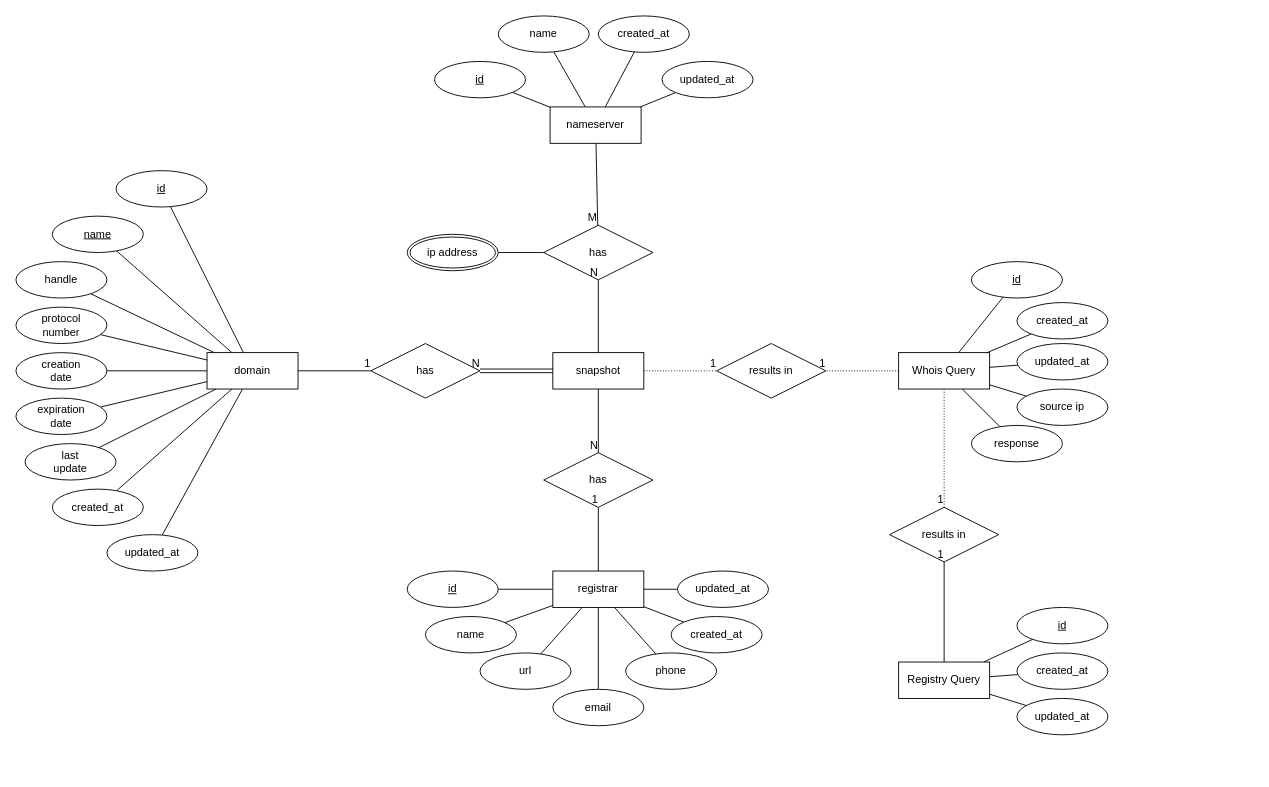
Above: model.drawio in aik8/whois-api (draw.io), before the change. Source tidied: cells renumbered, new cells numbered last; positions are measured from the earlier drawing's top-left corner, leaving out a move shared by most shapes. Both pictures are drawn from the tidied source at 91%, with x=0, y=0 at pixel (15, 15).
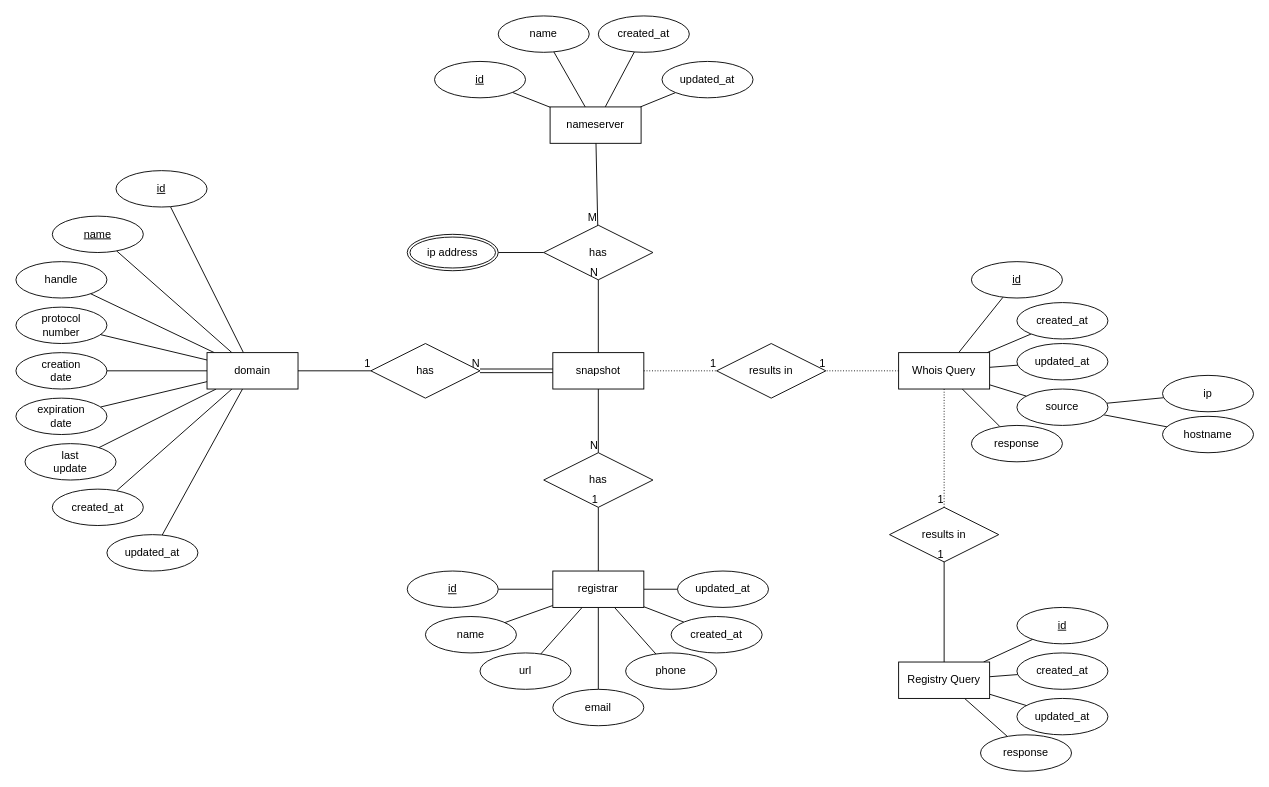
The same page after the edit.

Commit message:
chore: add some more detail to the log model

Unchanged cells that the change refers to:
```xml
<mxCell id="66" value="Registry Query" style="whiteSpace=wrap;html=1;align=center;" parent="1" vertex="1">
  <mxGeometry x="970" y="710" width="100" height="40" as="geometry" />
</mxCell>
```

What changed in the source:
```diff
@@
+    <mxCell id="91" style="edgeStyle=none;rounded=0;jettySize=auto;html=1;endArrow=none;endFill=0;" parent="1" edge="1" source="66" target="96">
+      <mxGeometry relative="1" as="geometry" />
+    </mxCell>
@@
+    <mxCell id="92" style="edgeStyle=none;rounded=0;jettySize=auto;html=1;endArrow=none;endFill=0;" parent="1" edge="1" source="80" target="94">
+      <mxGeometry relative="1" as="geometry" />
+    </mxCell>
+    <mxCell id="93" style="edgeStyle=none;rounded=0;jettySize=auto;html=1;endArrow=none;endFill=0;" parent="1" edge="1" source="80" target="95">
+      <mxGeometry relative="1" as="geometry" />
+    </mxCell>
-    <mxCell id="80" value="source ip" style="ellipse;whiteSpace=wrap;html=1;align=center;" parent="1" vertex="1">
+    <mxCell id="80" value="source" style="ellipse;whiteSpace=wrap;html=1;align=center;" parent="1" vertex="1">
       <mxGeometry x="1100" y="410" width="100" height="40" as="geometry" />
     </mxCell>
@@
+    <mxCell id="94" value="ip" style="ellipse;whiteSpace=wrap;html=1;align=center;" parent="1" vertex="1">
+      <mxGeometry x="1260" y="395" width="100" height="40" as="geometry" />
+    </mxCell>
+    <mxCell id="95" value="hostname" style="ellipse;whiteSpace=wrap;html=1;align=center;" parent="1" vertex="1">
+      <mxGeometry x="1260" y="440" width="100" height="40" as="geometry" />
+    </mxCell>
+    <mxCell id="96" value="response" style="ellipse;whiteSpace=wrap;html=1;align=center;" parent="1" vertex="1">
+      <mxGeometry x="1060" y="790" width="100" height="40" as="geometry" />
+    </mxCell>
```
